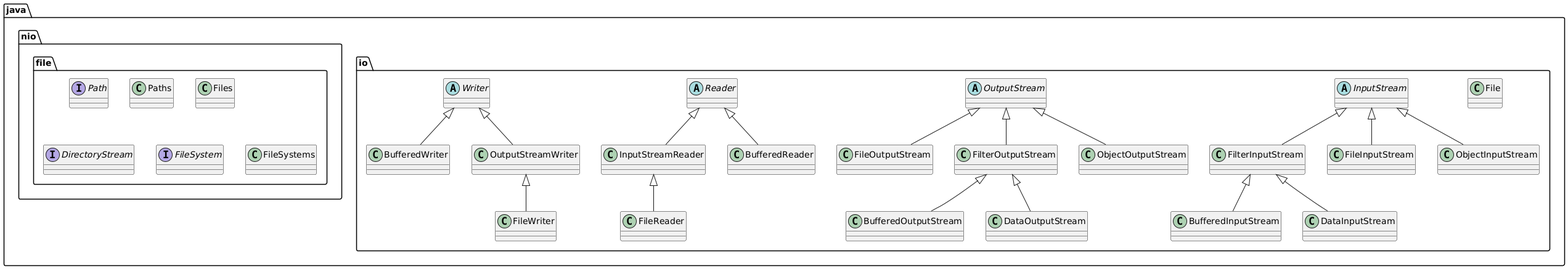
Before: lectures/examples/12-file/doc/file-names.png, a diagram exported from PlantUML (caioamorim7/poo).
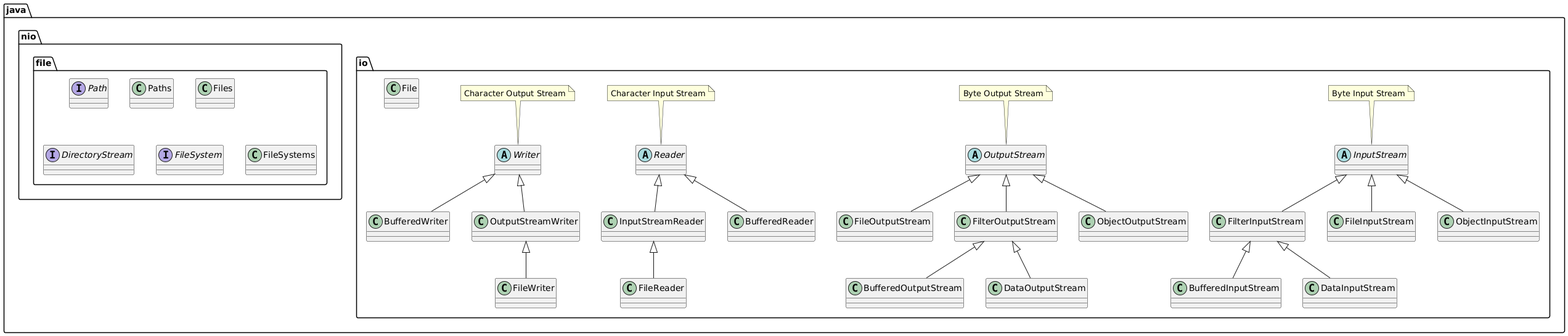
Later version of the same file.

The edit, as a diff of the source:
```diff
@@ -4,9 +4,8 @@
 
 package "java.io" {
 
-    class File
-
     abstract class InputStream
+    note top: Byte Input Stream
 
     class FilterInputStream extends InputStream
     class BufferedInputStream extends FilterInputStream
@@ -15,6 +14,7 @@
     class ObjectInputStream extends InputStream
 
     abstract class OutputStream
+    note top: Byte Output Stream
 
     class FileOutputStream extends OutputStream
     class FilterOutputStream extends OutputStream
@@ -23,17 +23,20 @@
     class ObjectOutputStream extends OutputStream
 
     abstract class Reader
+    note top: Character Input Stream
 
     class InputStreamReader extends Reader
     class FileReader extends InputStreamReader
     class BufferedReader extends Reader
 
     abstract class Writer
+    note top: Character Output Stream
 
     class BufferedWriter extends Writer
     class OutputStreamWriter extends Writer
     class FileWriter extends OutputStreamWriter
 
+    class File
 }
 
 package "java.nio.file" {
```
